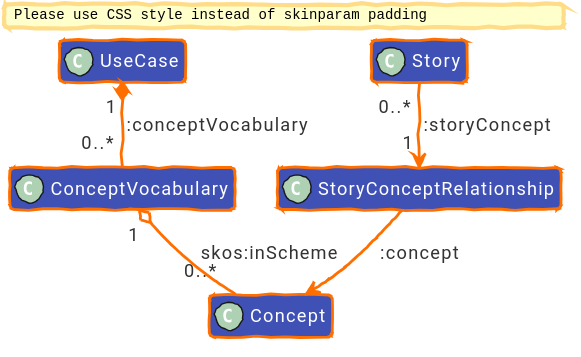
The PlantUML diagram diagrams/out/uctm-concept-vocabulary.svg in EKGF/ekg-method, before a commit.
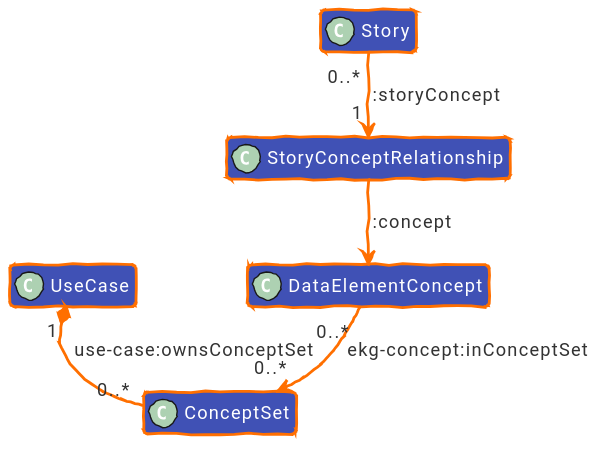
Above is the later version.

Change to the diagram source:
```diff
@@ -59,16 +59,16 @@
 top to bottom direction
 hide members
 
-class "Concept" as Concept [[/concept/concept/#ontology]]
-class "ConceptVocabulary" as ConceptVocabulary [[/concept/concept/concept-vocabulary/#ontology]]
+class "DataElementConcept" as DataElementConcept [[/concept/concept/#ontology]]
+class "ConceptSet" as ConceptSet [[/concept/concept/concept-vocabulary/#ontology]]
 class "UseCase" as UseCase [[/concept/use-case/#ontology]]
 class "Story" as Story [[/concept/story/#ontology]]
 class "StoryConceptRelationship" as StoryConceptRelationship [[/concept/concept/story-concept-relationship/#ontology]]
 
-ConceptVocabulary "1" o-- "0..*" Concept : skos:inScheme
+DataElementConcept "0..*" --> "0..*" ConceptSet : ekg-concept:inConceptSet
 
-UseCase "1" *-- "0..*" ConceptVocabulary : :conceptVocabulary
+UseCase "1" *-- "0..*" ConceptSet : use-case:ownsConceptSet
 
 Story "0..*" --> "1" StoryConceptRelationship : :storyConcept
-StoryConceptRelationship --> Concept : :concept
+StoryConceptRelationship --> DataElementConcept : :concept
 @enduml
```
